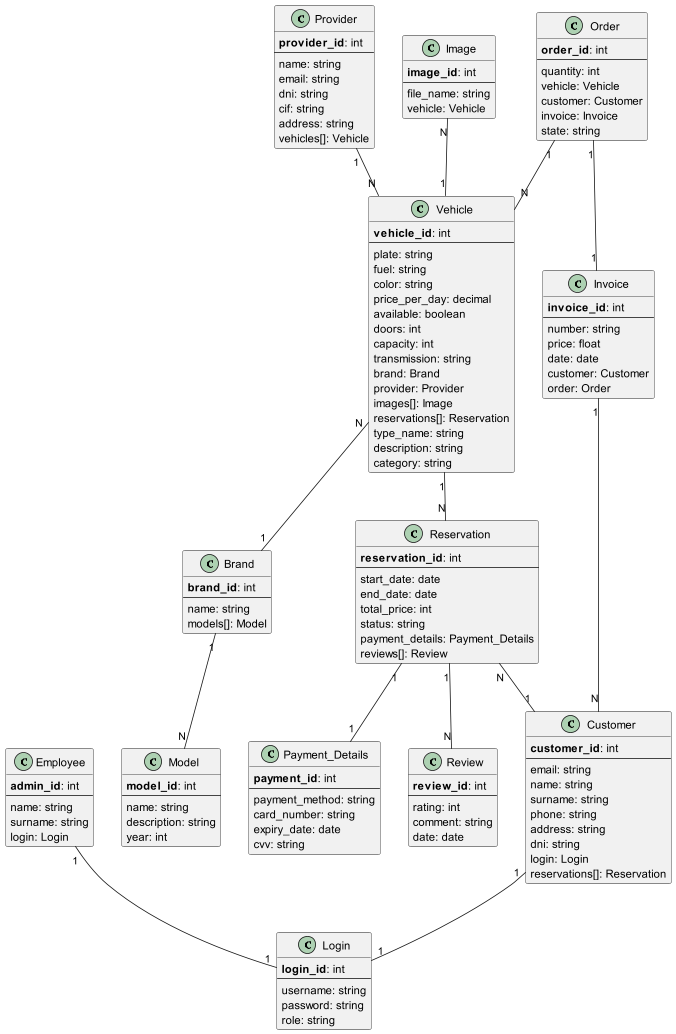
Earlier version of the PlantUML export docs/LegacyMotorsModel.png (andreuador/LegacyMotors3.0).
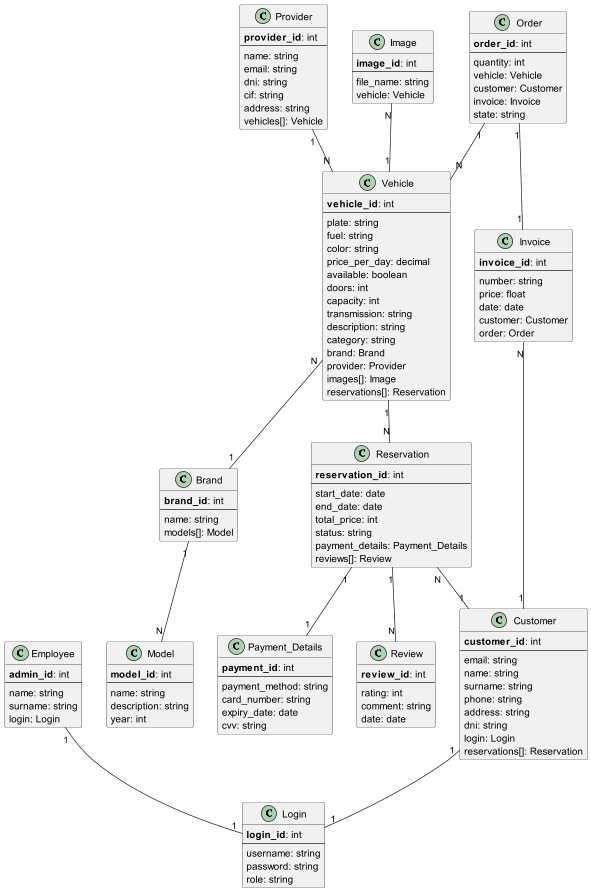
Above is the later version.

Diff of the diagram source:
```diff
@@ -54,13 +54,12 @@
     doors: int
     capacity: int
     transmission: string
+    description: string
+    category: string
     brand: Brand
     provider: Provider
     images[]: Image
     reservations[]: Reservation
-    type_name: string
-    description: string
-    category: string
 }
 
 Table(Brand, brand) {
@@ -143,7 +142,7 @@
 Reservation "1" -- "N" Review
 Vehicle "1" -- "N" Reservation
 Image "N" -- "1" Vehicle
-Invoice "1" -- "N" Customer
+Invoice "N" -- "1" Customer
 Order "1" -- "N" Vehicle
 Order "1" -- "1" Invoice
 
```
